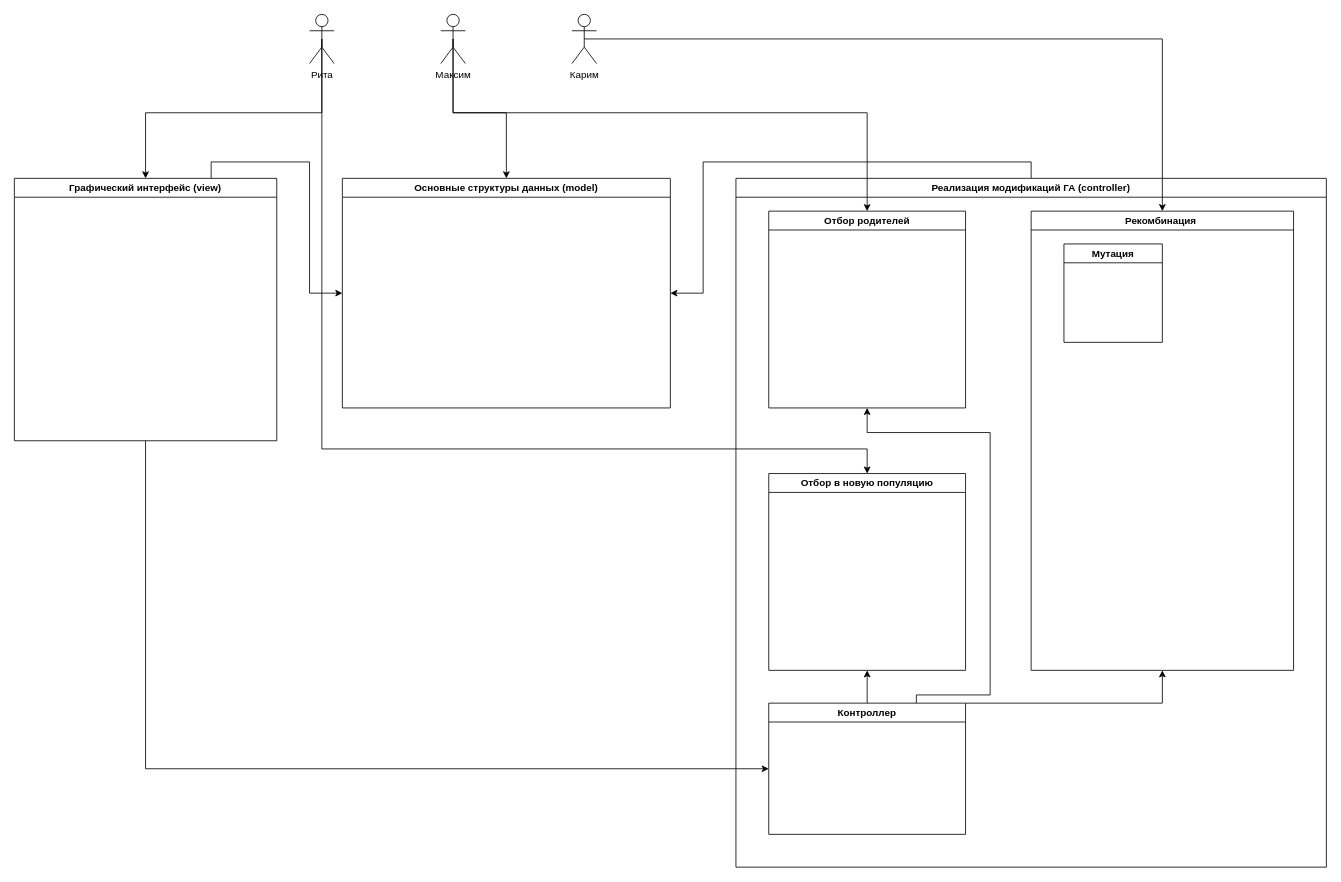
Before: additional-files/design.drawio in zwphyro/TSP_GA, a draw.io diagram. Source tidied: cells renumbered, new cells numbered last; positions are measured from the earlier drawing's top-left corner, leaving out a move shared by most shapes. Both pictures are drawn from the tidied source at 82%, with x=0, y=0 at pixel (14, 14).
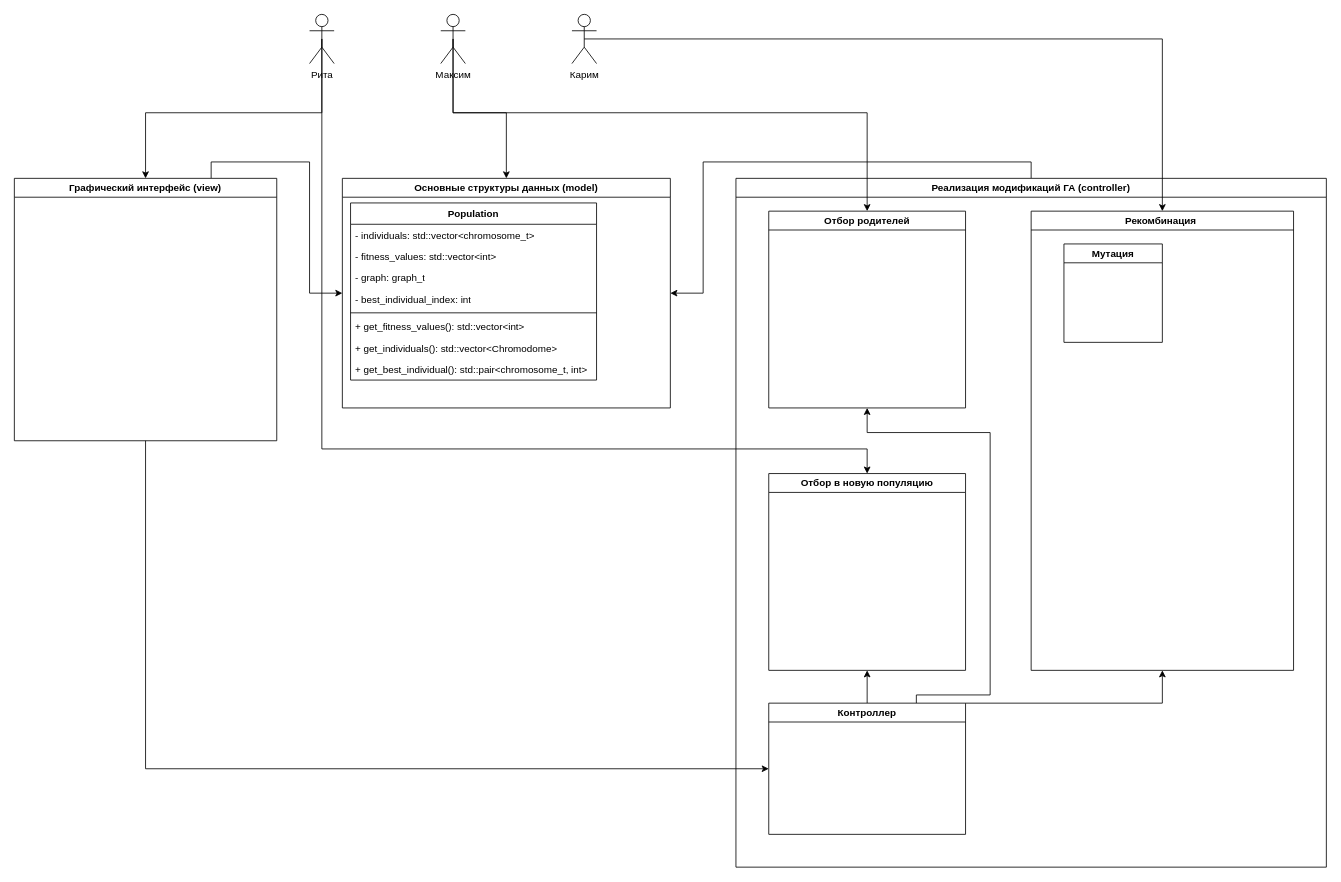
Above is the later version.

Commit message (it also covers changes not shown here):
created population class, defined chromosome and graph structures

Unchanged cells that the change refers to:
```xml
<mxCell id="15" value="Основные структуры данных (model)" style="swimlane;whiteSpace=wrap;html=1;" parent="1" vertex="1">
  <mxGeometry x="400" y="200" width="400" height="280" as="geometry" />
</mxCell>
```

Diff of the diagram source:
```diff
@@
+    <mxCell id="24" value="Population" style="swimlane;fontStyle=1;align=center;verticalAlign=top;horizontal=1;startSize=26;whiteSpace=wrap;html=1;" parent="15" vertex="1">
+      <mxGeometry x="10" y="30" width="300" height="216" as="geometry" />
+    </mxCell>
+    <mxCell id="25" value="- individuals: std::vector&amp;lt;chromosome_t&amp;gt;" style="text;strokeColor=none;fillColor=none;align=left;verticalAlign=top;spacingLeft=4;spacingRight=4;overflow=hidden;whiteSpace=wrap;html=1;" parent="24" vertex="1">
+      <mxGeometry y="26" width="300" height="26" as="geometry" />
+    </mxCell>
+    <mxCell id="26" value="- fitness_values: std::vector&amp;lt;int&amp;gt;" style="text;strokeColor=none;fillColor=none;align=left;verticalAlign=top;spacingLeft=4;spacingRight=4;overflow=hidden;whiteSpace=wrap;html=1;" parent="24" vertex="1">
+      <mxGeometry y="52" width="300" height="26" as="geometry" />
+    </mxCell>
+    <mxCell id="27" value="- graph: graph_t" style="text;strokeColor=none;fillColor=none;align=left;verticalAlign=top;spacingLeft=4;spacingRight=4;overflow=hidden;whiteSpace=wrap;html=1;" parent="24" vertex="1">
+      <mxGeometry y="78" width="300" height="26" as="geometry" />
+    </mxCell>
+    <mxCell id="28" value="- best_individual_index: int" style="text;strokeColor=none;fillColor=none;align=left;verticalAlign=top;spacingLeft=4;spacingRight=4;overflow=hidden;whiteSpace=wrap;html=1;" parent="24" vertex="1">
+      <mxGeometry y="104" width="300" height="26" as="geometry" />
+    </mxCell>
+    <mxCell id="29" style="line;strokeWidth=1;fillColor=none;align=left;verticalAlign=middle;spacingTop=-1;spacingLeft=3;spacingRight=3;labelPosition=right;strokeColor=inherit;" parent="24" vertex="1">
+      <mxGeometry y="130" width="300" height="8" as="geometry" />
+    </mxCell>
+    <mxCell id="30" value="+ get_fitness_values(): std::vector&amp;lt;int&amp;gt;" style="text;strokeColor=none;fillColor=none;align=left;verticalAlign=top;spacingLeft=4;spacingRight=4;overflow=hidden;whiteSpace=wrap;html=1;" parent="24" vertex="1">
+      <mxGeometry y="138" width="300" height="26" as="geometry" />
+    </mxCell>
+    <mxCell id="31" value="+ get_individuals(): std::vector&amp;lt;Chromodome&amp;gt;" style="text;strokeColor=none;fillColor=none;align=left;verticalAlign=top;spacingLeft=4;spacingRight=4;overflow=hidden;whiteSpace=wrap;html=1;" parent="24" vertex="1">
+      <mxGeometry y="164" width="300" height="26" as="geometry" />
+    </mxCell>
+    <mxCell id="32" value="+ get_best_individual(): std::pair&amp;lt;chromosome_t, int&amp;gt;" style="text;strokeColor=none;fillColor=none;align=left;verticalAlign=top;spacingLeft=4;spacingRight=4;overflow=hidden;whiteSpace=wrap;html=1;" parent="24" vertex="1">
+      <mxGeometry y="190" width="300" height="26" as="geometry" />
+    </mxCell>
```
